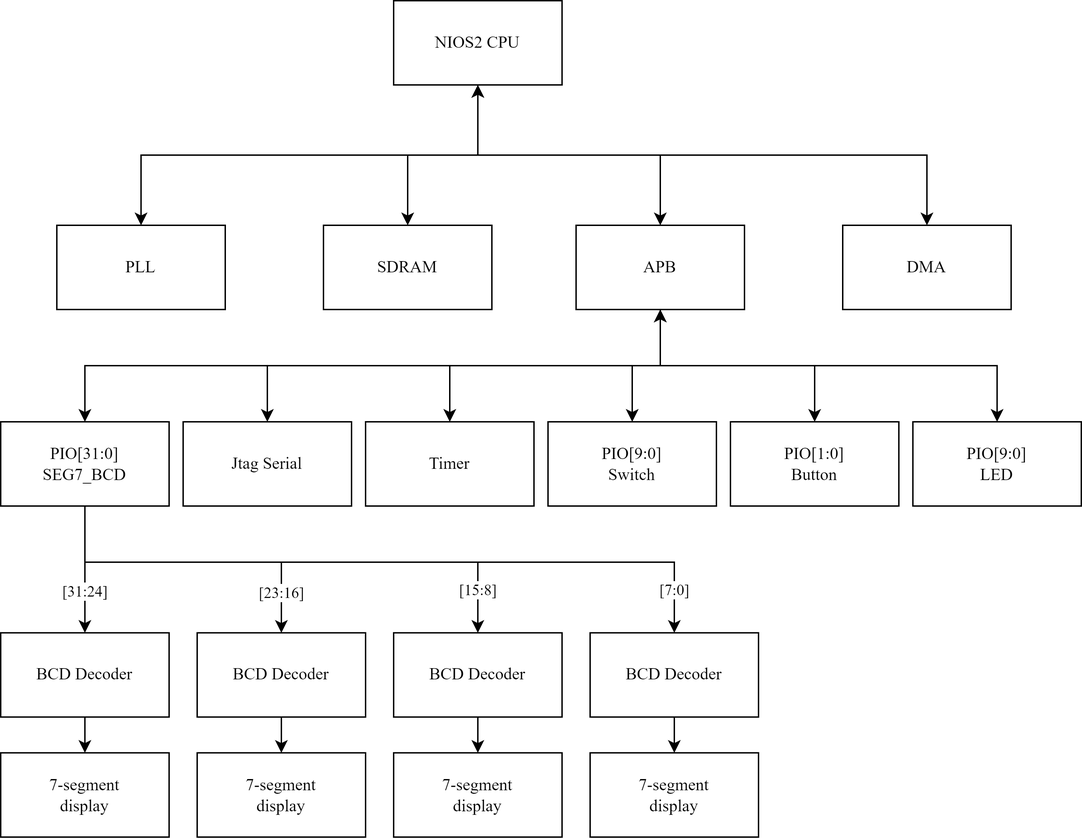
This is final.drawio.png from iansun2/robot_experiment_final, a draw.io export, as it was before one commit. Source tidied: cells renumbered, new cells last; positions are measured from the earlier drawing's top-left corner, leaving out a move shared by most shapes.
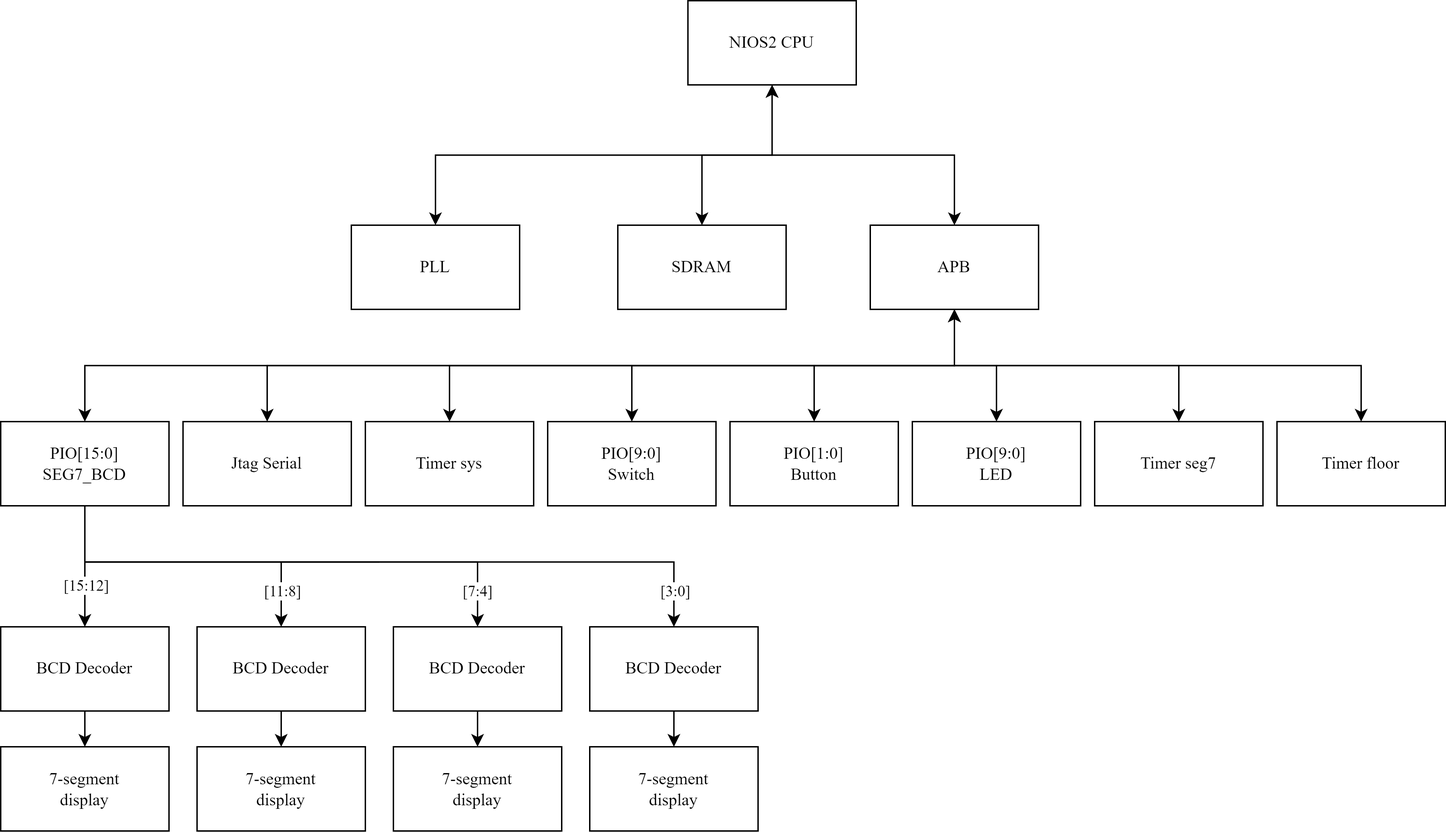
The same file after the commit.

The edit, as a diff of the source:
```diff
@@ -3,155 +3,161 @@
     <mxCell id="0" />
     <mxCell id="1" parent="0" />
     <mxCell id="2" value="NIOS2 CPU" style="rounded=0;whiteSpace=wrap;html=1;fontFamily=Times New Roman;" parent="1" vertex="1">
-      <mxGeometry x="280" width="120" height="60" as="geometry" />
+      <mxGeometry x="-390" y="-60" width="120" height="60" as="geometry" />
     </mxCell>
     <mxCell id="3" style="edgeStyle=orthogonalEdgeStyle;rounded=0;jettySize=auto;html=1;exitX=0.5;exitY=0;exitDx=0;exitDy=0;entryX=0.5;entryY=1;entryDx=0;entryDy=0;startArrow=classic;startFill=1;fontFamily=Times New Roman;" parent="1" edge="1" source="4" target="2">
       <mxGeometry relative="1" as="geometry" />
     </mxCell>
     <mxCell id="4" value="SDRAM" style="rounded=0;whiteSpace=wrap;html=1;fontFamily=Times New Roman;" parent="1" vertex="1">
-      <mxGeometry x="230" y="160" width="120" height="60" as="geometry" />
+      <mxGeometry x="-440" y="100" width="120" height="60" as="geometry" />
     </mxCell>
     <mxCell id="5" style="edgeStyle=orthogonalEdgeStyle;rounded=0;jettySize=auto;html=1;exitX=0.5;exitY=0;exitDx=0;exitDy=0;entryX=0.5;entryY=1;entryDx=0;entryDy=0;startArrow=classic;startFill=1;fontFamily=Times New Roman;" parent="1" edge="1" source="8" target="2">
       <mxGeometry relative="1" as="geometry" />
     </mxCell>
-    <mxCell id="6" style="edgeStyle=orthogonalEdgeStyle;rounded=0;jettySize=auto;html=1;exitX=0.5;exitY=1;exitDx=0;exitDy=0;entryX=0.5;entryY=0;entryDx=0;entryDy=0;fontFamily=Times New Roman;" parent="1" edge="1" source="8" target="39">
+    <mxCell id="6" style="edgeStyle=orthogonalEdgeStyle;rounded=0;jettySize=auto;html=1;exitX=0.5;exitY=1;exitDx=0;exitDy=0;entryX=0.5;entryY=0;entryDx=0;entryDy=0;fontFamily=Times New Roman;" parent="1" edge="1" source="8" target="37">
       <mxGeometry relative="1" as="geometry" />
     </mxCell>
-    <mxCell id="7" style="edgeStyle=orthogonalEdgeStyle;rounded=0;jettySize=auto;html=1;exitX=0.5;exitY=1;exitDx=0;exitDy=0;entryX=0.5;entryY=0;entryDx=0;entryDy=0;fontFamily=Times New Roman;" parent="1" edge="1" source="8" target="42">
+    <mxCell id="7" style="edgeStyle=orthogonalEdgeStyle;rounded=0;jettySize=auto;html=1;exitX=0.5;exitY=1;exitDx=0;exitDy=0;entryX=0.5;entryY=0;entryDx=0;entryDy=0;fontFamily=Times New Roman;" parent="1" edge="1" source="8" target="40">
       <mxGeometry relative="1" as="geometry" />
     </mxCell>
     <mxCell id="8" value="APB" style="rounded=0;whiteSpace=wrap;html=1;fontFamily=Times New Roman;" parent="1" vertex="1">
-      <mxGeometry x="410" y="160" width="120" height="60" as="geometry" />
+      <mxGeometry x="-260" y="100" width="120" height="60" as="geometry" />
     </mxCell>
     <mxCell id="9" style="edgeStyle=orthogonalEdgeStyle;rounded=0;jettySize=auto;html=1;exitX=0.5;exitY=0;exitDx=0;exitDy=0;entryX=0.5;entryY=1;entryDx=0;entryDy=0;startArrow=classic;startFill=1;fontFamily=Times New Roman;" parent="1" edge="1" source="10" target="2">
       <mxGeometry relative="1" as="geometry" />
     </mxCell>
     <mxCell id="10" value="PLL" style="rounded=0;whiteSpace=wrap;html=1;fontFamily=Times New Roman;" parent="1" vertex="1">
-      <mxGeometry x="40" y="160" width="120" height="60" as="geometry" />
+      <mxGeometry x="-630" y="100" width="120" height="60" as="geometry" />
     </mxCell>
     <mxCell id="11" style="edgeStyle=orthogonalEdgeStyle;rounded=0;jettySize=auto;html=1;exitX=0.5;exitY=0;exitDx=0;exitDy=0;entryX=0.5;entryY=1;entryDx=0;entryDy=0;startArrow=classic;startFill=1;fontFamily=Times New Roman;" parent="1" edge="1" source="20" target="8">
       <mxGeometry relative="1" as="geometry" />
     </mxCell>
-    <mxCell id="12" style="edgeStyle=orthogonalEdgeStyle;rounded=0;jettySize=auto;html=1;exitX=0.5;exitY=1;exitDx=0;exitDy=0;entryX=0.5;entryY=0;entryDx=0;entryDy=0;fontFamily=Times New Roman;" parent="1" edge="1" source="20" target="28">
+    <mxCell id="12" style="edgeStyle=orthogonalEdgeStyle;rounded=0;jettySize=auto;html=1;exitX=0.5;exitY=1;exitDx=0;exitDy=0;entryX=0.5;entryY=0;entryDx=0;entryDy=0;fontFamily=Times New Roman;" parent="1" edge="1" source="20" target="26">
       <mxGeometry relative="1" as="geometry">
         <Array as="points">
-          <mxPoint x="60" y="400" />
-          <mxPoint x="340" y="400" />
+          <mxPoint x="-610" y="340" />
+          <mxPoint x="-330" y="340" />
         </Array>
       </mxGeometry>
     </mxCell>
-    <mxCell id="13" value="[15:8]" style="edgeLabel;html=1;align=center;verticalAlign=middle;fontFamily=Times New Roman;" parent="12" vertex="1">
+    <mxCell id="13" value="[7:4]" style="edgeLabel;html=1;align=center;verticalAlign=middle;fontFamily=Times New Roman;" parent="12" vertex="1">
       <mxGeometry x="0.24" relative="1" as="geometry">
-        <mxPoint x="90" y="20" as="offset" />
+        <mxPoint x="92" y="20" as="offset" />
       </mxGeometry>
     </mxCell>
-    <mxCell id="14" style="edgeStyle=orthogonalEdgeStyle;rounded=0;jettySize=auto;html=1;exitX=0.5;exitY=1;exitDx=0;exitDy=0;entryX=0.5;entryY=0;entryDx=0;entryDy=0;fontFamily=Times New Roman;" parent="1" edge="1" source="20" target="37">
+    <mxCell id="14" style="edgeStyle=orthogonalEdgeStyle;rounded=0;jettySize=auto;html=1;exitX=0.5;exitY=1;exitDx=0;exitDy=0;entryX=0.5;entryY=0;entryDx=0;entryDy=0;fontFamily=Times New Roman;" parent="1" edge="1" source="20" target="35">
       <mxGeometry relative="1" as="geometry">
         <Array as="points">
-          <mxPoint x="60" y="400" />
-          <mxPoint x="480" y="400" />
+          <mxPoint x="-610" y="340" />
+          <mxPoint x="-190" y="340" />
         </Array>
       </mxGeometry>
     </mxCell>
-    <mxCell id="15" value="[7:0]" style="edgeLabel;html=1;align=center;verticalAlign=middle;fontFamily=Times New Roman;" parent="14" vertex="1">
+    <mxCell id="15" value="[3:0]" style="edgeLabel;html=1;align=center;verticalAlign=middle;fontFamily=Times New Roman;" parent="14" vertex="1">
       <mxGeometry x="0.75" y="-1" relative="1" as="geometry">
-        <mxPoint x="13" y="19" as="offset" />
+        <mxPoint x="17" y="19" as="offset" />
       </mxGeometry>
     </mxCell>
-    <mxCell id="16" style="edgeStyle=orthogonalEdgeStyle;rounded=0;jettySize=auto;html=1;exitX=0.5;exitY=1;exitDx=0;exitDy=0;entryX=0.5;entryY=0;entryDx=0;entryDy=0;fontFamily=Times New Roman;" parent="1" edge="1" source="20" target="31">
+    <mxCell id="16" style="edgeStyle=orthogonalEdgeStyle;rounded=0;jettySize=auto;html=1;exitX=0.5;exitY=1;exitDx=0;exitDy=0;entryX=0.5;entryY=0;entryDx=0;entryDy=0;fontFamily=Times New Roman;" parent="1" edge="1" source="20" target="29">
       <mxGeometry relative="1" as="geometry">
         <Array as="points">
-          <mxPoint x="60" y="400" />
-          <mxPoint x="200" y="400" />
+          <mxPoint x="-610" y="340" />
+          <mxPoint x="-470" y="340" />
         </Array>
       </mxGeometry>
     </mxCell>
-    <mxCell id="17" value="[23:16]" style="edgeLabel;html=1;align=center;verticalAlign=middle;fontFamily=Times New Roman;" parent="16" vertex="1">
+    <mxCell id="17" value="[11:8]" style="edgeLabel;html=1;align=center;verticalAlign=middle;fontFamily=Times New Roman;" parent="16" vertex="1">
       <mxGeometry x="0.72" y="-1" relative="1" as="geometry">
-        <mxPoint x="1" y="3" as="offset" />
+        <mxPoint x="-5" y="21" as="offset" />
       </mxGeometry>
     </mxCell>
-    <mxCell id="18" style="edgeStyle=orthogonalEdgeStyle;rounded=0;jettySize=auto;html=1;exitX=0.5;exitY=1;exitDx=0;exitDy=0;entryX=0.5;entryY=0;entryDx=0;entryDy=0;fontFamily=Times New Roman;" parent="1" edge="1" source="20" target="34">
+    <mxCell id="18" style="edgeStyle=orthogonalEdgeStyle;rounded=0;jettySize=auto;html=1;exitX=0.5;exitY=1;exitDx=0;exitDy=0;entryX=0.5;entryY=0;entryDx=0;entryDy=0;fontFamily=Times New Roman;" parent="1" edge="1" source="20" target="32">
       <mxGeometry relative="1" as="geometry">
         <Array as="points">
-          <mxPoint x="60" y="360" />
-          <mxPoint x="60" y="460" />
+          <mxPoint x="-820" y="350" />
+          <mxPoint x="-820" y="350" />
         </Array>
       </mxGeometry>
     </mxCell>
-    <mxCell id="19" value="[31:24]" style="edgeLabel;html=1;align=center;verticalAlign=middle;fontFamily=Times New Roman;" parent="18" vertex="1">
+    <mxCell id="19" value="[15:12]" style="edgeLabel;html=1;align=center;verticalAlign=middle;fontFamily=Times New Roman;" parent="18" vertex="1">
       <mxGeometry x="0.82" y="-1" relative="1" as="geometry">
         <mxPoint x="1" y="-21" as="offset" />
       </mxGeometry>
     </mxCell>
-    <mxCell id="20" value="PIO[31:0]&lt;br&gt;SEG7_BCD" style="rounded=0;whiteSpace=wrap;html=1;fontFamily=Times New Roman;" parent="1" vertex="1">
-      <mxGeometry y="300" width="120" height="60" as="geometry" />
+    <mxCell id="20" value="PIO[15:0]&lt;br&gt;SEG7_BCD" style="rounded=0;whiteSpace=wrap;html=1;fontFamily=Times New Roman;" parent="1" vertex="1">
+      <mxGeometry x="-880" y="240" width="120" height="60" as="geometry" />
     </mxCell>
     <mxCell id="21" style="edgeStyle=orthogonalEdgeStyle;rounded=0;jettySize=auto;html=1;exitX=0.5;exitY=0;exitDx=0;exitDy=0;entryX=0.5;entryY=1;entryDx=0;entryDy=0;startArrow=classic;startFill=1;fontFamily=Times New Roman;" parent="1" edge="1" source="22" target="8">
       <mxGeometry relative="1" as="geometry" />
     </mxCell>
     <mxCell id="22" value="Jtag Serial" style="rounded=0;whiteSpace=wrap;html=1;fontFamily=Times New Roman;" parent="1" vertex="1">
-      <mxGeometry x="130" y="300" width="120" height="60" as="geometry" />
+      <mxGeometry x="-750" y="240" width="120" height="60" as="geometry" />
     </mxCell>
     <mxCell id="23" style="edgeStyle=orthogonalEdgeStyle;rounded=0;jettySize=auto;html=1;exitX=0.5;exitY=0;exitDx=0;exitDy=0;entryX=0.5;entryY=1;entryDx=0;entryDy=0;startArrow=classic;startFill=1;fontFamily=Times New Roman;" parent="1" edge="1" source="24" target="8">
       <mxGeometry relative="1" as="geometry" />
     </mxCell>
-    <mxCell id="24" value="Timer" style="rounded=0;whiteSpace=wrap;html=1;fontFamily=Times New Roman;" parent="1" vertex="1">
-      <mxGeometry x="260" y="300" width="120" height="60" as="geometry" />
+    <mxCell id="24" value="Timer sys" style="rounded=0;whiteSpace=wrap;html=1;fontFamily=Times New Roman;" parent="1" vertex="1">
+      <mxGeometry x="-620" y="240" width="120" height="60" as="geometry" />
     </mxCell>
-    <mxCell id="25" value="DMA" style="rounded=0;whiteSpace=wrap;html=1;fontFamily=Times New Roman;" parent="1" vertex="1">
-      <mxGeometry x="600" y="160" width="120" height="60" as="geometry" />
+    <mxCell id="25" style="edgeStyle=orthogonalEdgeStyle;rounded=0;jettySize=auto;html=1;exitX=0.5;exitY=1;exitDx=0;exitDy=0;entryX=0.5;entryY=0;entryDx=0;entryDy=0;fontFamily=Times New Roman;" parent="1" edge="1" source="26" target="27">
+      <mxGeometry relative="1" as="geometry" />
     </mxCell>
-    <mxCell id="26" style="edgeStyle=orthogonalEdgeStyle;rounded=0;jettySize=auto;html=1;exitX=0.5;exitY=0;exitDx=0;exitDy=0;startArrow=classic;startFill=1;fontFamily=Times New Roman;entryX=0.5;entryY=1;entryDx=0;entryDy=0;" parent="1" edge="1" source="25" target="2">
-      <mxGeometry relative="1" as="geometry" />
+    <mxCell id="26" value="BCD Decoder" style="rounded=0;whiteSpace=wrap;html=1;fontFamily=Times New Roman;" parent="1" vertex="1">
+      <mxGeometry x="-600" y="386.3" width="120" height="60" as="geometry" />
     </mxCell>
-    <mxCell id="27" style="edgeStyle=orthogonalEdgeStyle;rounded=0;jettySize=auto;html=1;exitX=0.5;exitY=1;exitDx=0;exitDy=0;entryX=0.5;entryY=0;entryDx=0;entryDy=0;fontFamily=Times New Roman;" parent="1" edge="1" source="28" target="29">
-      <mxGeometry relative="1" as="geometry" />
+    <mxCell id="27" value="7-segment&lt;br&gt;display" style="rounded=0;whiteSpace=wrap;html=1;fontFamily=Times New Roman;" parent="1" vertex="1">
+      <mxGeometry x="-600" y="471.8" width="120" height="60" as="geometry" />
     </mxCell>
-    <mxCell id="28" value="BCD Decoder" style="rounded=0;whiteSpace=wrap;html=1;fontFamily=Times New Roman;" parent="1" vertex="1">
-      <mxGeometry x="280" y="450.3" width="120" height="60" as="geometry" />
+    <mxCell id="28" style="edgeStyle=orthogonalEdgeStyle;rounded=0;jettySize=auto;html=1;exitX=0.5;exitY=1;exitDx=0;exitDy=0;entryX=0.5;entryY=0;entryDx=0;entryDy=0;fontFamily=Times New Roman;" parent="1" edge="1" source="29" target="30">
+      <mxGeometry relative="1" as="geometry" />
     </mxCell>
-    <mxCell id="29" value="7-segment&lt;br&gt;display" style="rounded=0;whiteSpace=wrap;html=1;fontFamily=Times New Roman;" parent="1" vertex="1">
-      <mxGeometry x="280" y="535.8" width="120" height="60" as="geometry" />
+    <mxCell id="29" value="BCD Decoder" style="rounded=0;whiteSpace=wrap;html=1;fontFamily=Times New Roman;" parent="1" vertex="1">
+      <mxGeometry x="-740" y="386.3" width="120" height="60" as="geometry" />
     </mxCell>
-    <mxCell id="30" style="edgeStyle=orthogonalEdgeStyle;rounded=0;jettySize=auto;html=1;exitX=0.5;exitY=1;exitDx=0;exitDy=0;entryX=0.5;entryY=0;entryDx=0;entryDy=0;fontFamily=Times New Roman;" parent="1" edge="1" source="31" target="32">
-      <mxGeometry relative="1" as="geometry" />
+    <mxCell id="30" value="7-segment&lt;br&gt;display" style="rounded=0;whiteSpace=wrap;html=1;fontFamily=Times New Roman;" parent="1" vertex="1">
+      <mxGeometry x="-740" y="471.8" width="120" height="60" as="geometry" />
     </mxCell>
-    <mxCell id="31" value="BCD Decoder" style="rounded=0;whiteSpace=wrap;html=1;fontFamily=Times New Roman;" parent="1" vertex="1">
-      <mxGeometry x="140" y="450.3" width="120" height="60" as="geometry" />
+    <mxCell id="31" style="edgeStyle=orthogonalEdgeStyle;rounded=0;jettySize=auto;html=1;exitX=0.5;exitY=1;exitDx=0;exitDy=0;entryX=0.5;entryY=0;entryDx=0;entryDy=0;fontFamily=Times New Roman;" parent="1" edge="1" source="32" target="33">
+      <mxGeometry relative="1" as="geometry" />
     </mxCell>
-    <mxCell id="32" value="7-segment&lt;br&gt;display" style="rounded=0;whiteSpace=wrap;html=1;fontFamily=Times New Roman;" parent="1" vertex="1">
-      <mxGeometry x="140" y="535.8" width="120" height="60" as="geometry" />
+    <mxCell id="32" value="BCD Decoder" style="rounded=0;whiteSpace=wrap;html=1;fontFamily=Times New Roman;" parent="1" vertex="1">
+      <mxGeometry x="-880" y="386.3" width="120" height="60" as="geometry" />
     </mxCell>
-    <mxCell id="33" style="edgeStyle=orthogonalEdgeStyle;rounded=0;jettySize=auto;html=1;exitX=0.5;exitY=1;exitDx=0;exitDy=0;entryX=0.5;entryY=0;entryDx=0;entryDy=0;fontFamily=Times New Roman;" parent="1" edge="1" source="34" target="35">
-      <mxGeometry relative="1" as="geometry" />
+    <mxCell id="33" value="7-segment&lt;br&gt;display" style="rounded=0;whiteSpace=wrap;html=1;fontFamily=Times New Roman;" parent="1" vertex="1">
+      <mxGeometry x="-880" y="471.8" width="120" height="60" as="geometry" />
     </mxCell>
-    <mxCell id="34" value="BCD Decoder" style="rounded=0;whiteSpace=wrap;html=1;fontFamily=Times New Roman;" parent="1" vertex="1">
-      <mxGeometry y="450.3" width="120" height="60" as="geometry" />
+    <mxCell id="34" style="edgeStyle=orthogonalEdgeStyle;rounded=0;jettySize=auto;html=1;exitX=0.5;exitY=1;exitDx=0;exitDy=0;entryX=0.5;entryY=0;entryDx=0;entryDy=0;fontFamily=Times New Roman;" parent="1" edge="1" source="35" target="36">
+      <mxGeometry relative="1" as="geometry" />
     </mxCell>
-    <mxCell id="35" value="7-segment&lt;br&gt;display" style="rounded=0;whiteSpace=wrap;html=1;fontFamily=Times New Roman;" parent="1" vertex="1">
-      <mxGeometry y="535.8" width="120" height="60" as="geometry" />
+    <mxCell id="35" value="BCD Decoder" style="rounded=0;whiteSpace=wrap;html=1;fontFamily=Times New Roman;" parent="1" vertex="1">
+      <mxGeometry x="-460" y="386.3" width="120" height="60" as="geometry" />
     </mxCell>
-    <mxCell id="36" style="edgeStyle=orthogonalEdgeStyle;rounded=0;jettySize=auto;html=1;exitX=0.5;exitY=1;exitDx=0;exitDy=0;entryX=0.5;entryY=0;entryDx=0;entryDy=0;fontFamily=Times New Roman;" parent="1" edge="1" source="37" target="38">
-      <mxGeometry relative="1" as="geometry" />
+    <mxCell id="36" value="7-segment&lt;br&gt;display" style="rounded=0;whiteSpace=wrap;html=1;fontFamily=Times New Roman;" parent="1" vertex="1">
+      <mxGeometry x="-460" y="471.8" width="120" height="60" as="geometry" />
     </mxCell>
-    <mxCell id="37" value="BCD Decoder" style="rounded=0;whiteSpace=wrap;html=1;fontFamily=Times New Roman;" parent="1" vertex="1">
-      <mxGeometry x="420" y="450.3" width="120" height="60" as="geometry" />
+    <mxCell id="37" value="PIO[9:0]&lt;br&gt;Switch" style="rounded=0;whiteSpace=wrap;html=1;fontFamily=Times New Roman;" parent="1" vertex="1">
+      <mxGeometry x="-490" y="240" width="120" height="60" as="geometry" />
     </mxCell>
-    <mxCell id="38" value="7-segment&lt;br&gt;display" style="rounded=0;whiteSpace=wrap;html=1;fontFamily=Times New Roman;" parent="1" vertex="1">
-      <mxGeometry x="420" y="535.8" width="120" height="60" as="geometry" />
+    <mxCell id="38" style="edgeStyle=orthogonalEdgeStyle;rounded=0;jettySize=auto;html=1;exitX=0.5;exitY=0;exitDx=0;exitDy=0;entryX=0.5;entryY=1;entryDx=0;entryDy=0;fontFamily=Times New Roman;startArrow=classic;startFill=1;" parent="1" edge="1" source="39" target="8">
+      <mxGeometry relative="1" as="geometry" />
     </mxCell>
-    <mxCell id="39" value="PIO[9:0]&lt;br&gt;Switch" style="rounded=0;whiteSpace=wrap;html=1;fontFamily=Times New Roman;" parent="1" vertex="1">
-      <mxGeometry x="390" y="300" width="120" height="60" as="geometry" />
+    <mxCell id="39" value="PIO[1:0]&lt;br&gt;Button" style="rounded=0;whiteSpace=wrap;html=1;fontFamily=Times New Roman;" parent="1" vertex="1">
+      <mxGeometry x="-360" y="240" width="120" height="60" as="geometry" />
     </mxCell>
-    <mxCell id="40" style="edgeStyle=orthogonalEdgeStyle;rounded=0;jettySize=auto;html=1;exitX=0.5;exitY=0;exitDx=0;exitDy=0;entryX=0.5;entryY=1;entryDx=0;entryDy=0;fontFamily=Times New Roman;startArrow=classic;startFill=1;" parent="1" edge="1" source="41" target="8">
-      <mxGeometry relative="1" as="geometry" />
+    <mxCell id="40" value="PIO[9:0]&lt;br&gt;LED" style="rounded=0;whiteSpace=wrap;html=1;fontFamily=Times New Roman;" parent="1" vertex="1">
+      <mxGeometry x="-230" y="240" width="120" height="60" as="geometry" />
     </mxCell>
-    <mxCell id="41" value="PIO[1:0]&lt;br&gt;Button" style="rounded=0;whiteSpace=wrap;html=1;fontFamily=Times New Roman;" parent="1" vertex="1">
-      <mxGeometry x="520" y="300" width="120" height="60" as="geometry" />
+    <mxCell id="41" style="edgeStyle=orthogonalEdgeStyle;rounded=0;jettySize=auto;html=1;exitX=0.5;exitY=0;exitDx=0;exitDy=0;entryX=0.5;entryY=1;entryDx=0;entryDy=0;startArrow=classic;startFill=1;fontFamily=Times New Roman;" parent="1" edge="1" source="42" target="8">
+      <mxGeometry relative="1" as="geometry" />
     </mxCell>
-    <mxCell id="42" value="PIO[9:0]&lt;br&gt;LED" style="rounded=0;whiteSpace=wrap;html=1;fontFamily=Times New Roman;" parent="1" vertex="1">
-      <mxGeometry x="650" y="300" width="120" height="60" as="geometry" />
+    <mxCell id="42" value="Timer seg7" style="rounded=0;whiteSpace=wrap;html=1;fontFamily=Times New Roman;" parent="1" vertex="1">
+      <mxGeometry x="-100" y="240" width="120" height="60" as="geometry" />
     </mxCell>
+    <mxCell id="43" value="Timer floor" style="rounded=0;whiteSpace=wrap;html=1;fontFamily=Times New Roman;" parent="1" vertex="1">
+      <mxGeometry x="30" y="240" width="120" height="60" as="geometry" />
+    </mxCell>
+    <mxCell id="44" style="edgeStyle=orthogonalEdgeStyle;rounded=0;jettySize=auto;html=1;exitX=0.5;exitY=0;exitDx=0;exitDy=0;entryX=0.5;entryY=1;entryDx=0;entryDy=0;startArrow=classic;startFill=1;fontFamily=Times New Roman;" parent="1" edge="1" source="43" target="8">
+      <mxGeometry relative="1" as="geometry" />
+    </mxCell>
   </root>
 </mxGraphModel>
```
